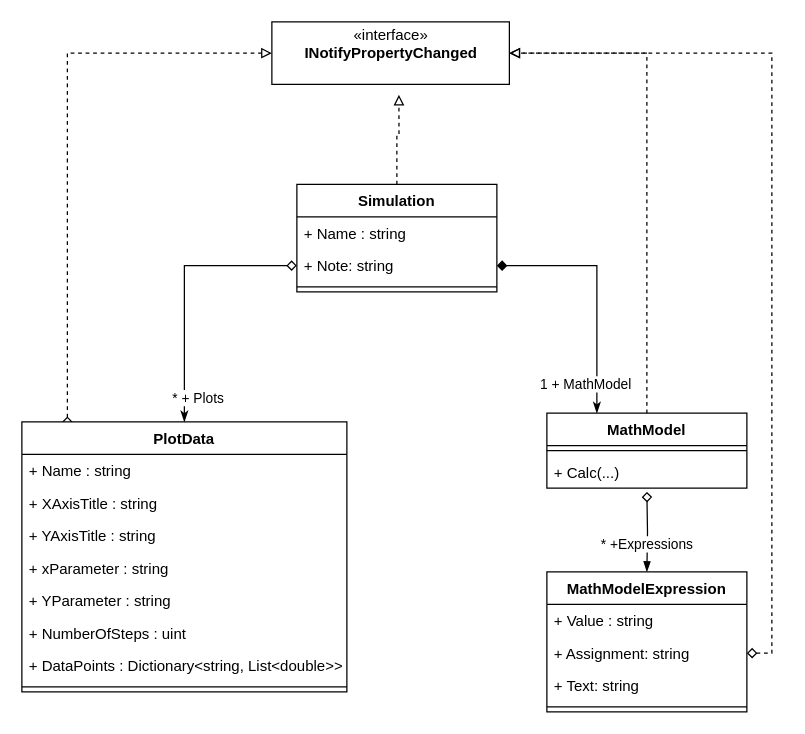
Above: page "Class Diagram MathModel" (1 of 2) of Architektur/MathModels.drawio in tocto/Schrittmacher (draw.io), before the change. Source tidied: cells renumbered, new cells numbered last; positions are measured from the earlier drawing's top-left corner, leaving out a move shared by most shapes. Both pictures are drawn from the tidied source at 125%, with x=0, y=0 at pixel (21, 21).
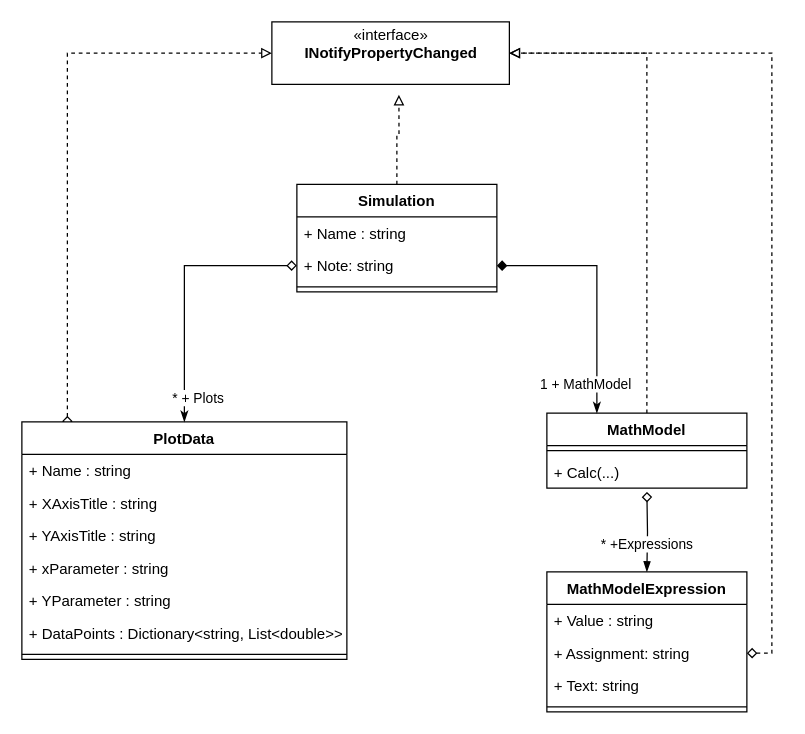
After the change.

What changed in the source:
```diff
@@
     <mxCell id="23" value="PlotData" style="swimlane;fontStyle=1;align=center;verticalAlign=top;horizontal=1;startSize=26;" parent="1" vertex="1">
-      <mxGeometry y="320" width="260" height="216" as="geometry" />
+      <mxGeometry y="320" width="260" height="190" as="geometry" />
     </mxCell>
@@
-    <mxCell id="29" value="+ NumberOfSteps : uint" style="text;strokeColor=none;fillColor=none;align=left;verticalAlign=top;spacingLeft=4;spacingRight=4;overflow=hidden;" parent="23" vertex="1">
-      <mxGeometry y="156" width="260" height="26" as="geometry" />
-    </mxCell>
     <mxCell id="30" value="+ DataPoints : Dictionary&lt;string, List&lt;double&gt;&gt;" style="text;strokeColor=none;fillColor=none;align=left;verticalAlign=top;spacingLeft=4;spacingRight=4;overflow=hidden;" parent="23" vertex="1">
-      <mxGeometry y="182" width="260" height="26" as="geometry" />
+      <mxGeometry y="156" width="260" height="26" as="geometry" />
     </mxCell>
     <mxCell id="31" style="line;strokeWidth=1;fillColor=none;align=left;verticalAlign=middle;spacingTop=-1;spacingLeft=3;spacingRight=3;labelPosition=right;" parent="23" vertex="1">
-      <mxGeometry y="208" width="260" height="8" as="geometry" />
+      <mxGeometry y="182" width="260" height="8" as="geometry" />
     </mxCell>
```
